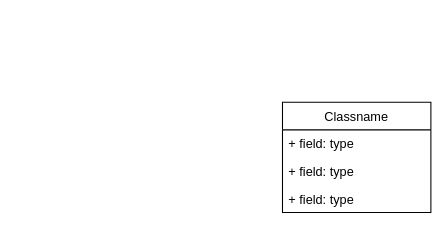
This is projeto_modelo/docs/diagrama_de_classes.drawio from viniciusbrito1/progcart, a draw.io file, before an edit. Source tidied: cells renumbered, new cells numbered last; positions are measured from the earlier drawing's top-left corner, leaving out a move shared by most shapes. Both pictures are drawn from the tidied source at 106%, with x=0, y=0 at pixel (282, 102).
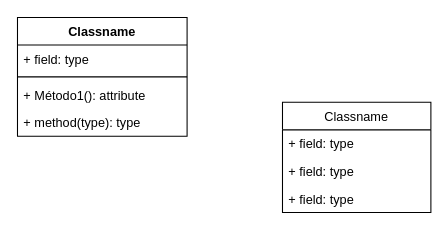
The same diagram, later.

Commit message (it also covers changes not shown here):
Exemplos dos diagramas.

The edit, as a diff of the source:
```diff
@@
 <mxGraphModel>
   <root>
     <mxCell id="0" />
     <mxCell id="1" parent="0" />
     <mxCell id="2" value="Classname" style="swimlane;fontStyle=0;horizontal=1;startSize=26;fillColor=none;" parent="1" vertex="1">
       <mxGeometry width="140" height="104" as="geometry" />
     </mxCell>
     <mxCell id="3" value="+ field: type" style="text;strokeColor=none;fillColor=none;align=left;verticalAlign=top;spacingLeft=4;spacingRight=4;overflow=hidden;" parent="2" vertex="1">
       <mxGeometry y="26" width="140" height="26" as="geometry" />
     </mxCell>
     <mxCell id="4" value="+ field: type" style="text;strokeColor=none;fillColor=none;align=left;verticalAlign=top;spacingLeft=4;spacingRight=4;overflow=hidden;" parent="2" vertex="1">
       <mxGeometry y="52" width="140" height="26" as="geometry" />
     </mxCell>
     <mxCell id="5" value="+ field: type" style="text;strokeColor=none;fillColor=none;align=left;verticalAlign=top;spacingLeft=4;spacingRight=4;overflow=hidden;" parent="2" vertex="1">
       <mxGeometry y="78" width="140" height="26" as="geometry" />
     </mxCell>
+    <mxCell id="6" value="Classname" style="swimlane;fontStyle=1;align=center;verticalAlign=top;horizontal=1;startSize=26;" parent="1" vertex="1">
+      <mxGeometry x="-250" y="-80" width="160" height="112" as="geometry" />
+    </mxCell>
+    <mxCell id="7" value="+ field: type" style="text;strokeColor=none;fillColor=none;align=left;verticalAlign=top;spacingLeft=4;spacingRight=4;overflow=hidden;" parent="6" vertex="1">
+      <mxGeometry y="26" width="160" height="26" as="geometry" />
+    </mxCell>
+    <mxCell id="8" style="line;strokeWidth=1;fillColor=none;align=left;verticalAlign=middle;spacingTop=-1;spacingLeft=3;spacingRight=3;labelPosition=right;strokeColor=inherit;" parent="6" vertex="1">
+      <mxGeometry y="52" width="160" height="8" as="geometry" />
+    </mxCell>
+    <mxCell id="9" value="+ Método1(): attribute" style="text;strokeColor=none;fillColor=none;align=left;verticalAlign=top;spacingLeft=4;spacingRight=4;overflow=hidden;" parent="6" vertex="1">
+      <mxGeometry y="60" width="160" height="26" as="geometry" />
+    </mxCell>
+    <mxCell id="10" value="+ method(type): type" style="text;strokeColor=none;fillColor=none;align=left;verticalAlign=top;spacingLeft=4;spacingRight=4;overflow=hidden;" parent="6" vertex="1">
+      <mxGeometry y="86" width="160" height="26" as="geometry" />
+    </mxCell>
   </root>
 </mxGraphModel>
```
